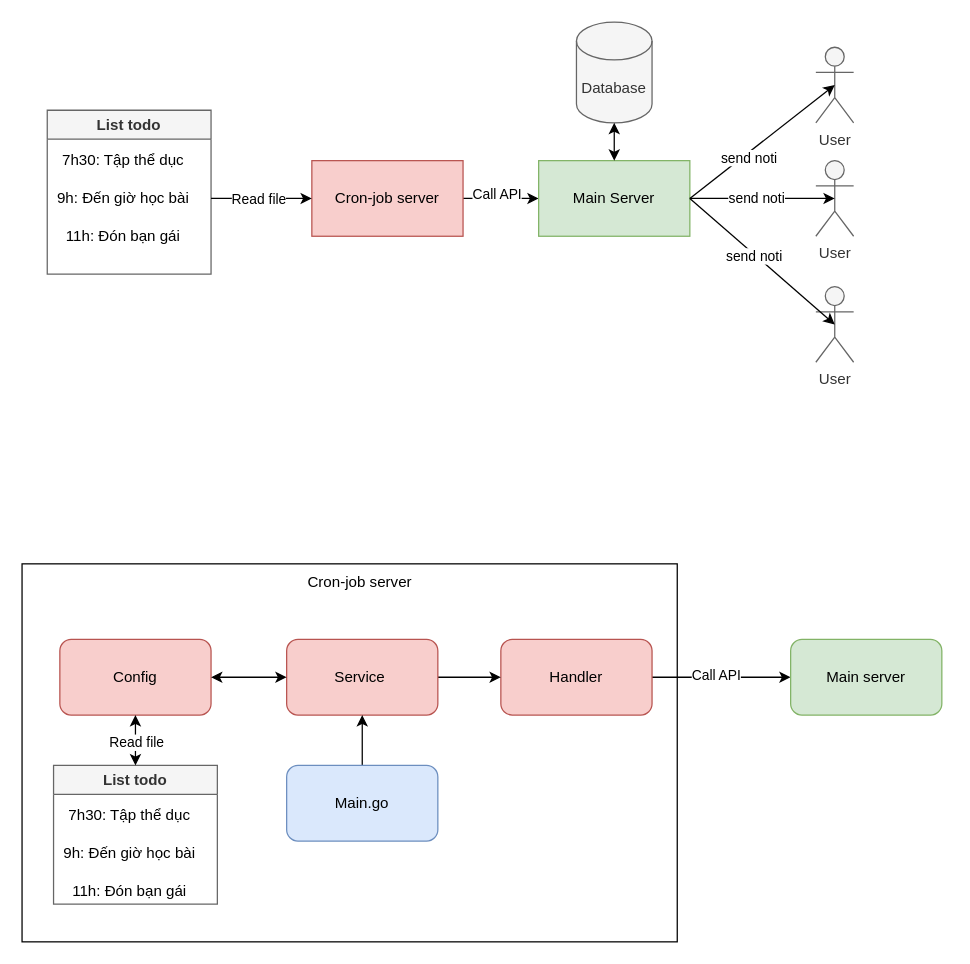
Earlier version of the draw.io diagram Untitled Diagram.drawio (codeclubvn/cron-job). Source tidied: cells renumbered, new cells numbered last; positions are measured from the earlier drawing's top-left corner, leaving out a move shared by most shapes. Both pictures are drawn from the tidied source at 126%, with x=0, y=0 at pixel (21, 21).
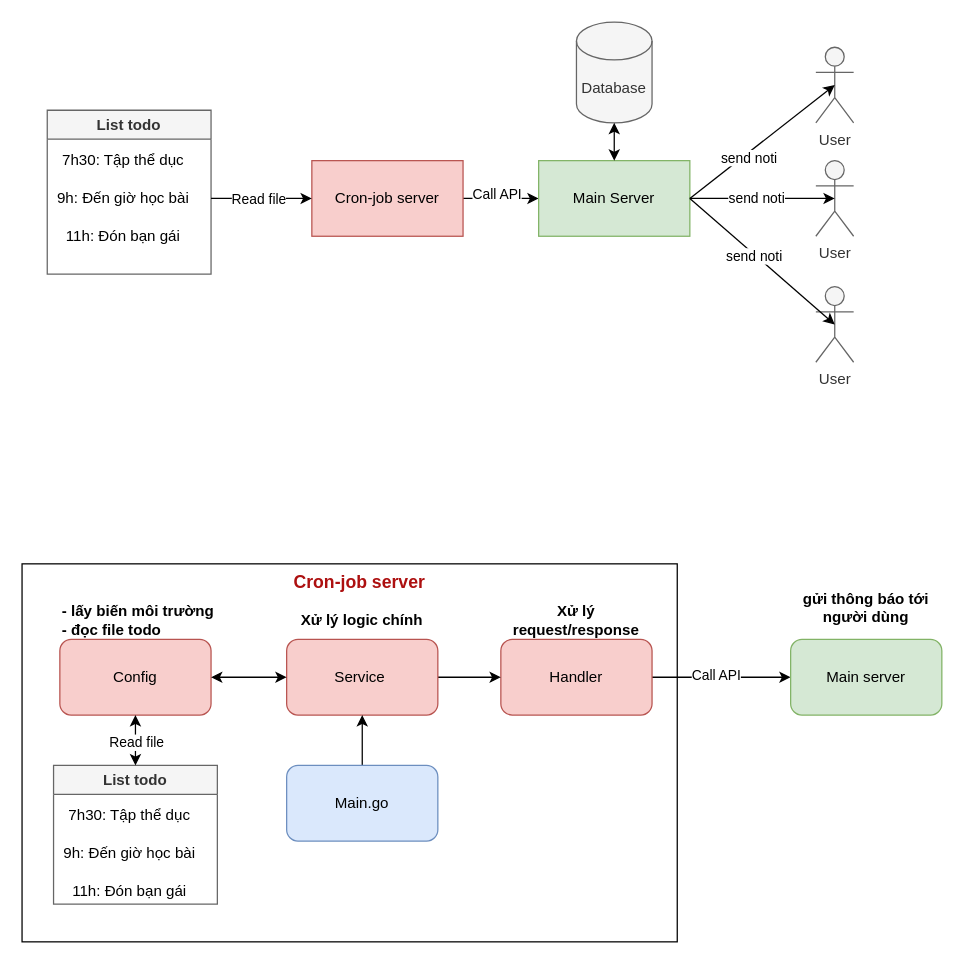
The same diagram, later.

The edit, as a diff of the source:
```diff
@@
-    <mxCell id="38" value="Cron-job server&amp;nbsp;" style="text;html=1;strokeColor=none;fillColor=none;align=center;verticalAlign=middle;whiteSpace=wrap;rounded=0;" parent="1" vertex="1">
+    <mxCell id="38" value="Cron-job server&amp;nbsp;" style="text;html=1;strokeColor=none;fillColor=none;align=center;verticalAlign=middle;whiteSpace=wrap;rounded=0;fontStyle=1;fontSize=14;fontColor=#ad1010;" parent="1" vertex="1">
       <mxGeometry x="210" y="430" width="120" height="30" as="geometry" />
     </mxCell>
@@
+    <mxCell id="41" value="&lt;b&gt;Xử lý logic chính&lt;/b&gt;" style="text;html=1;strokeColor=none;fillColor=none;align=center;verticalAlign=middle;whiteSpace=wrap;rounded=0;" parent="1" vertex="1">
+      <mxGeometry x="205" y="460" width="130" height="30" as="geometry" />
+    </mxCell>
+    <mxCell id="42" value="&lt;b&gt;Xử lý request/response&lt;/b&gt;" style="text;html=1;strokeColor=none;fillColor=none;align=center;verticalAlign=middle;whiteSpace=wrap;rounded=0;" parent="1" vertex="1">
+      <mxGeometry x="375" y="460" width="130" height="30" as="geometry" />
+    </mxCell>
+    <mxCell id="43" value="- lấy biến môi trường&lt;br&gt;- đọc file todo" style="text;html=1;strokeColor=none;fillColor=none;align=left;verticalAlign=middle;whiteSpace=wrap;rounded=0;fontStyle=1;" parent="1" vertex="1">
+      <mxGeometry x="30" y="460" width="140" height="30" as="geometry" />
+    </mxCell>
+    <mxCell id="44" value="&lt;b&gt;gửi thông báo tới người dùng&lt;/b&gt;" style="text;html=1;strokeColor=none;fillColor=none;align=center;verticalAlign=middle;whiteSpace=wrap;rounded=0;" parent="1" vertex="1">
+      <mxGeometry x="605" y="450" width="130" height="30" as="geometry" />
+    </mxCell>
```
